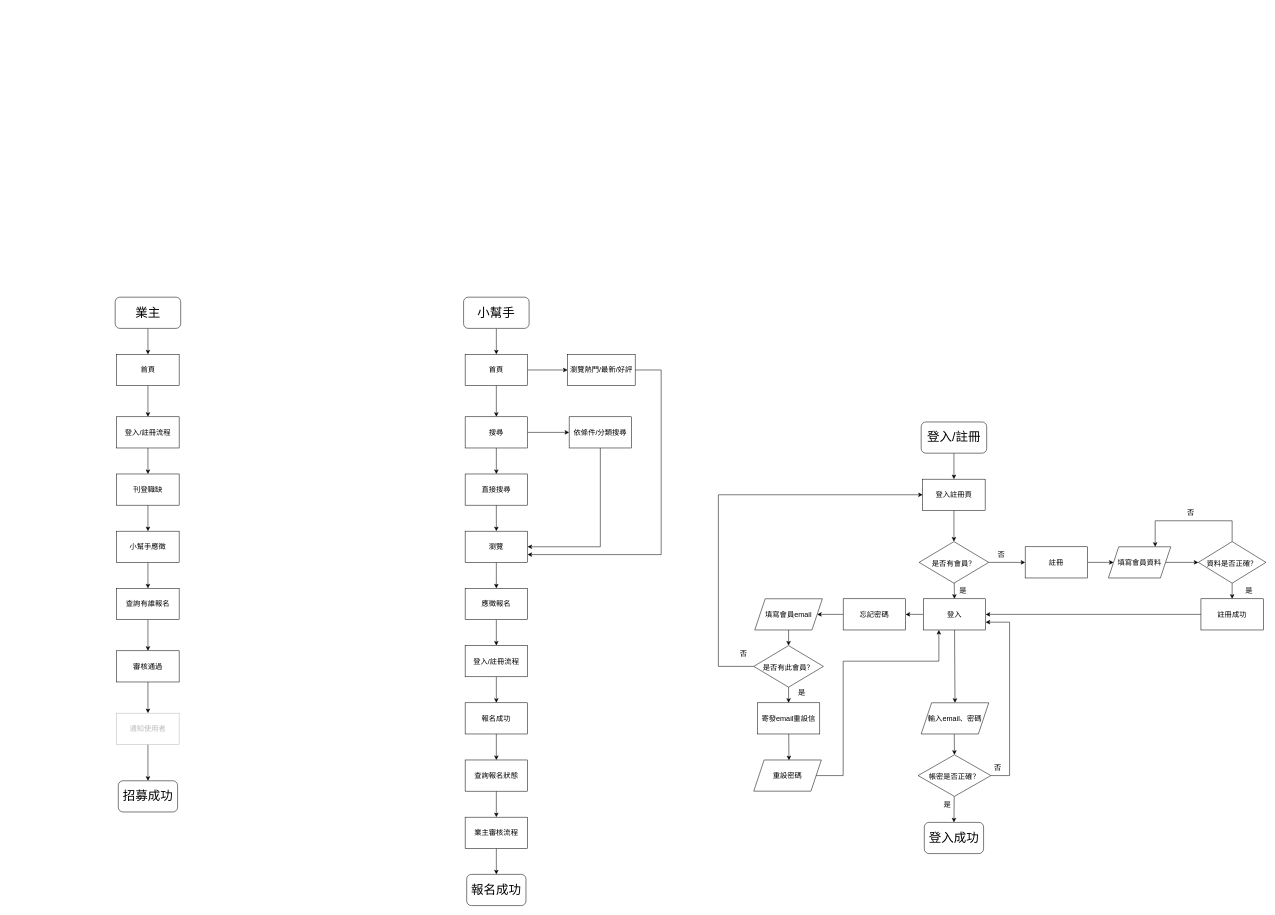
Above: 專題.drawio in iiQvQii/vue-project (draw.io), before the change. Source tidied: cells renumbered, new cells numbered last; positions are measured from the earlier drawing's top-left corner, leaving out a move shared by most shapes. Both pictures are drawn from the tidied source at 52%, with x=0, y=0 at pixel (69, 297).
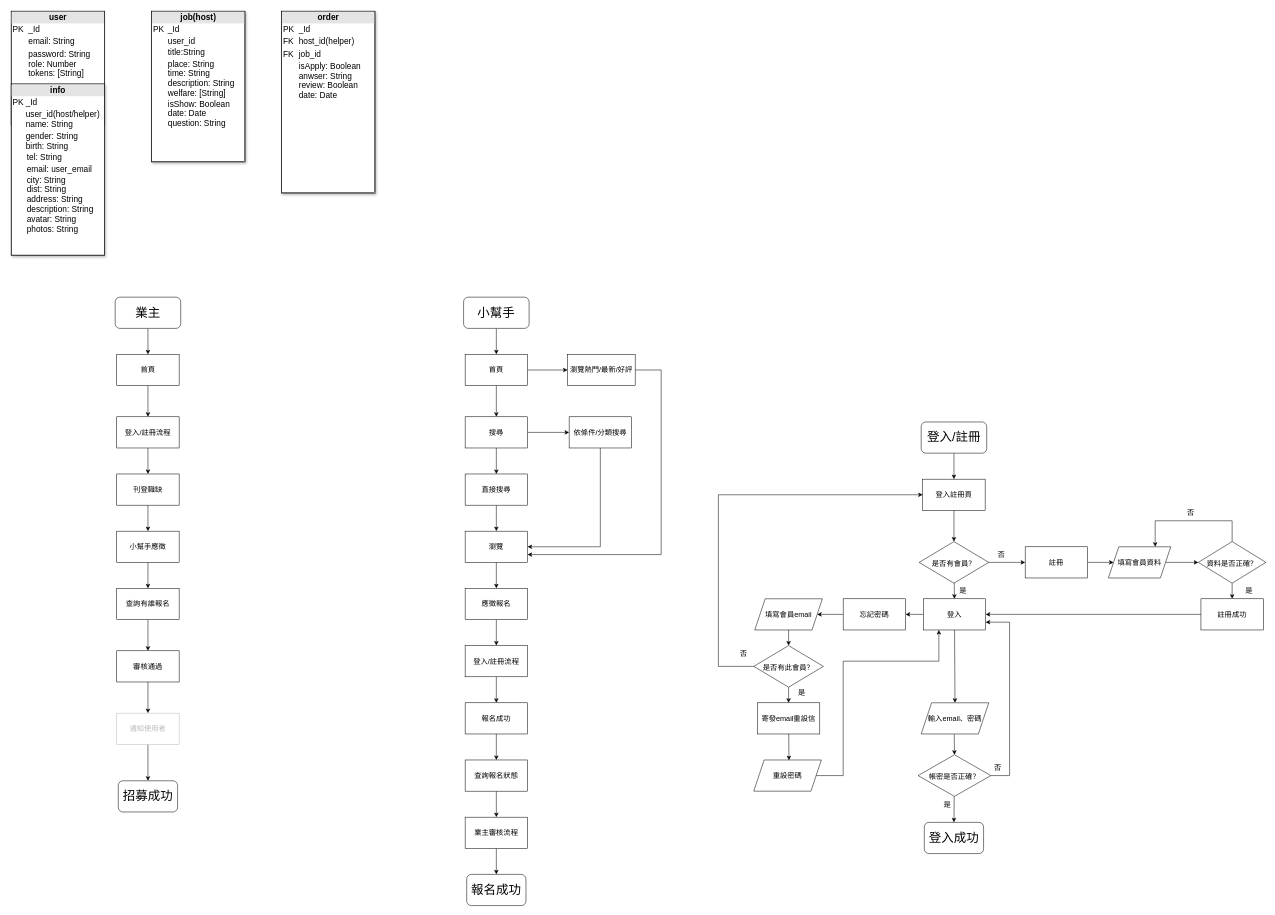
The same page after the edit.

Diff of the diagram source:
```diff
@@
+    <mxCell id="93" value="&lt;div style=&quot;text-align: center; box-sizing: border-box; width: 100%; background: rgb(228, 228, 228); padding: 2px; line-height: 1.2; font-size: 16px;&quot;&gt;&lt;b style=&quot;font-size: 16px;&quot;&gt;job(host)&lt;/b&gt;&lt;/div&gt;&lt;table style=&quot;width: 100%; font-size: 16px;&quot; cellpadding=&quot;2&quot; cellspacing=&quot;0&quot;&gt;&lt;tbody style=&quot;font-size: 16px;&quot;&gt;&lt;tr style=&quot;font-size: 16px;&quot;&gt;&lt;td style=&quot;font-size: 16px;&quot;&gt;PK&lt;/td&gt;&lt;td style=&quot;font-size: 16px;&quot;&gt;_Id&lt;/td&gt;&lt;/tr&gt;&lt;tr style=&quot;font-size: 16px;&quot;&gt;&lt;td style=&quot;font-size: 16px;&quot;&gt;&lt;br style=&quot;font-size: 16px;&quot;&gt;&lt;/td&gt;&lt;td style=&quot;font-size: 16px;&quot;&gt;user_id&lt;br&gt;title:String&lt;/td&gt;&lt;/tr&gt;&lt;tr style=&quot;font-size: 16px;&quot;&gt;&lt;td style=&quot;font-size: 16px;&quot;&gt;&lt;/td&gt;&lt;td style=&quot;font-size: 16px;&quot;&gt;place: String&lt;br style=&quot;font-size: 16px;&quot;&gt;time: String&lt;br style=&quot;font-size: 16px;&quot;&gt;description: String&lt;br style=&quot;font-size: 16px;&quot;&gt;welfare: [String]&lt;br&gt;isShow: Boolean&lt;br&gt;date: Date&lt;br style=&quot;font-size: 16px;&quot;&gt;question: String&lt;br style=&quot;font-size: 16px;&quot;&gt;&lt;br style=&quot;font-size: 16px;&quot;&gt;&lt;/td&gt;&lt;/tr&gt;&lt;/tbody&gt;&lt;/table&gt;" style="verticalAlign=top;align=left;overflow=fill;html=1;shadow=1;labelBorderColor=default;fontSize=16;" parent="1" vertex="1">
+      <mxGeometry x="158" y="-550" width="180" height="290" as="geometry" />
+    </mxCell>
+    <mxCell id="94" value="&lt;div style=&quot;text-align: center; box-sizing: border-box; width: 100%; background: rgb(228, 228, 228); padding: 2px; font-size: 16px;&quot;&gt;&lt;b style=&quot;font-size: 16px;&quot;&gt;user&lt;/b&gt;&lt;/div&gt;&lt;table style=&quot;width: 100%; font-size: 16px;&quot; cellpadding=&quot;2&quot; cellspacing=&quot;0&quot;&gt;&lt;tbody style=&quot;font-size: 16px;&quot;&gt;&lt;tr style=&quot;font-size: 16px;&quot;&gt;&lt;td style=&quot;font-size: 16px;&quot;&gt;PK&lt;/td&gt;&lt;td style=&quot;font-size: 16px;&quot;&gt;_Id&lt;br style=&quot;font-size: 16px;&quot;&gt;&lt;/td&gt;&lt;/tr&gt;&lt;tr style=&quot;font-size: 16px;&quot;&gt;&lt;td style=&quot;font-size: 16px;&quot;&gt;&lt;br style=&quot;font-size: 16px;&quot;&gt;&lt;/td&gt;&lt;td style=&quot;font-size: 16px;&quot;&gt;email: String&lt;br style=&quot;font-size: 16px;&quot;&gt;&lt;/td&gt;&lt;/tr&gt;&lt;tr style=&quot;font-size: 16px;&quot;&gt;&lt;td style=&quot;font-size: 16px;&quot;&gt;&lt;br&gt;&lt;/td&gt;&lt;td style=&quot;font-size: 16px;&quot;&gt;password: String&lt;br style=&quot;font-size: 16px;&quot;&gt;role: Number&lt;br&gt;tokens: [String]&lt;/td&gt;&lt;/tr&gt;&lt;/tbody&gt;&lt;/table&gt;" style="verticalAlign=top;align=left;overflow=fill;html=1;shadow=0;glass=0;gradientColor=none;labelBorderColor=default;fontSize=16;" parent="1" vertex="1">
+      <mxGeometry x="-112" y="-550" width="180" height="220" as="geometry" />
+    </mxCell>
+    <mxCell id="95" value="&lt;div style=&quot;text-align: center; box-sizing: border-box; width: 100%; background: rgb(228, 228, 228); padding: 2px; font-size: 16px;&quot;&gt;&lt;b style=&quot;font-size: 16px;&quot;&gt;info&lt;/b&gt;&lt;/div&gt;&lt;table style=&quot;width: 100%; font-size: 16px;&quot; cellpadding=&quot;2&quot; cellspacing=&quot;0&quot;&gt;&lt;tbody style=&quot;font-size: 16px;&quot;&gt;&lt;tr style=&quot;font-size: 16px;&quot;&gt;&lt;td style=&quot;font-size: 16px;&quot;&gt;PK&lt;/td&gt;&lt;td style=&quot;font-size: 16px;&quot;&gt;_Id&lt;br style=&quot;font-size: 16px;&quot;&gt;&lt;/td&gt;&lt;/tr&gt;&lt;tr style=&quot;font-size: 16px;&quot;&gt;&lt;td style=&quot;font-size: 16px;&quot;&gt;&lt;br&gt;&lt;br style=&quot;font-size: 16px;&quot;&gt;&lt;/td&gt;&lt;td style=&quot;font-size: 16px;&quot;&gt;user_id(host/helper)&lt;br&gt;name: String&lt;br style=&quot;font-size: 16px;&quot;&gt;&lt;/td&gt;&lt;/tr&gt;&lt;tr style=&quot;font-size: 16px;&quot;&gt;&lt;td style=&quot;font-size: 16px;&quot;&gt;&lt;br&gt;&lt;/td&gt;&lt;td style=&quot;font-size: 16px;&quot;&gt;gender: String&lt;br&gt;birth: String&lt;br&gt;&lt;table style=&quot;width: 180px;&quot; cellpadding=&quot;2&quot; cellspacing=&quot;0&quot;&gt;&lt;tbody&gt;&lt;tr&gt;&lt;td&gt;tel: String&lt;/td&gt;&lt;/tr&gt;&lt;/tbody&gt;&lt;/table&gt;&lt;table style=&quot;width: 180px;&quot; cellpadding=&quot;2&quot; cellspacing=&quot;0&quot;&gt;&lt;tbody&gt;&lt;tr&gt;&lt;td&gt;email: user_email&lt;br&gt;city: String&lt;br&gt;dist: String&lt;br&gt;address: String&lt;br&gt;description: String&lt;br&gt;avatar: String&lt;br&gt;photos: String&lt;/td&gt;&lt;/tr&gt;&lt;/tbody&gt;&lt;/table&gt;&lt;/td&gt;&lt;/tr&gt;&lt;/tbody&gt;&lt;/table&gt;" style="verticalAlign=top;align=left;overflow=fill;html=1;shadow=1;labelBorderColor=default;fontSize=16;strokeColor=#000000;" parent="1" vertex="1">
+      <mxGeometry x="-112" y="-410" width="180" height="330" as="geometry" />
+    </mxCell>
+    <mxCell id="96" value="&lt;div style=&quot;text-align: center; box-sizing: border-box; width: 100%; background: rgb(228, 228, 228); padding: 2px; font-size: 16px;&quot;&gt;&lt;b style=&quot;font-size: 16px;&quot;&gt;order&lt;/b&gt;&lt;/div&gt;&lt;table style=&quot;width: 100%; font-size: 16px;&quot; cellpadding=&quot;2&quot; cellspacing=&quot;0&quot;&gt;&lt;tbody style=&quot;font-size: 16px;&quot;&gt;&lt;tr style=&quot;font-size: 16px;&quot;&gt;&lt;td style=&quot;font-size: 16px;&quot;&gt;PK&lt;br&gt;&lt;/td&gt;&lt;td style=&quot;font-size: 16px;&quot;&gt;_Id&lt;br style=&quot;font-size: 16px;&quot;&gt;&lt;/td&gt;&lt;/tr&gt;&lt;tr style=&quot;font-size: 16px;&quot;&gt;&lt;td style=&quot;font-size: 16px;&quot;&gt;FK&lt;/td&gt;&lt;td style=&quot;font-size: 16px;&quot;&gt;host_id(helper)&lt;br&gt;&lt;/td&gt;&lt;/tr&gt;&lt;tr style=&quot;font-size: 16px;&quot;&gt;&lt;td style=&quot;font-size: 16px;&quot;&gt;FK&lt;/td&gt;&lt;td style=&quot;font-size: 16px;&quot;&gt;job_id&lt;br&gt;&lt;/td&gt;&lt;/tr&gt;&lt;tr&gt;&lt;td&gt;&lt;br&gt;&lt;/td&gt;&lt;td&gt;isApply: Boolean&lt;br&gt;anwser: String&lt;br&gt;review: Boolean&lt;br&gt;date: Date&lt;br&gt;&lt;/td&gt;&lt;/tr&gt;&lt;/tbody&gt;&lt;/table&gt;" style="verticalAlign=top;align=left;overflow=fill;html=1;shadow=1;labelBorderColor=default;fontSize=16;" parent="1" vertex="1">
+      <mxGeometry x="408" y="-550" width="180" height="350" as="geometry" />
+    </mxCell>
```
